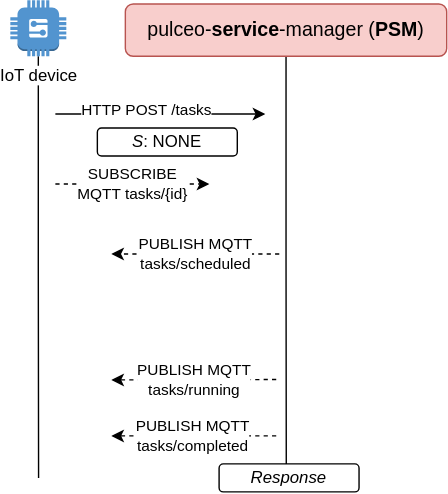
Earlier version of the draw.io export presentations/summersoc2025/figures/1-task-submission.drawio.svg (spboehm/pulceo-misc). Source tidied: cells renumbered, new cells last; positions are measured from the earlier drawing's top-left corner, leaving out a move shared by most shapes.
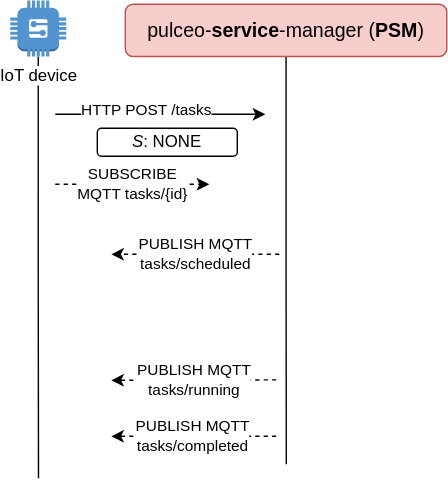
After the commit.

The edit, as a diff of the source:
```diff
@@ -54,8 +54,5 @@
         <mxPoint x="142" y="131" as="targetPoint" />
       </mxGeometry>
     </mxCell>
-    <mxCell id="13" value="&lt;i&gt;Response&lt;/i&gt;" style="rounded=1;whiteSpace=wrap;html=1;" parent="1" vertex="1">
-      <mxGeometry x="149" y="331" width="100" height="20" as="geometry" />
-    </mxCell>
   </root>
 </mxGraphModel>
```
